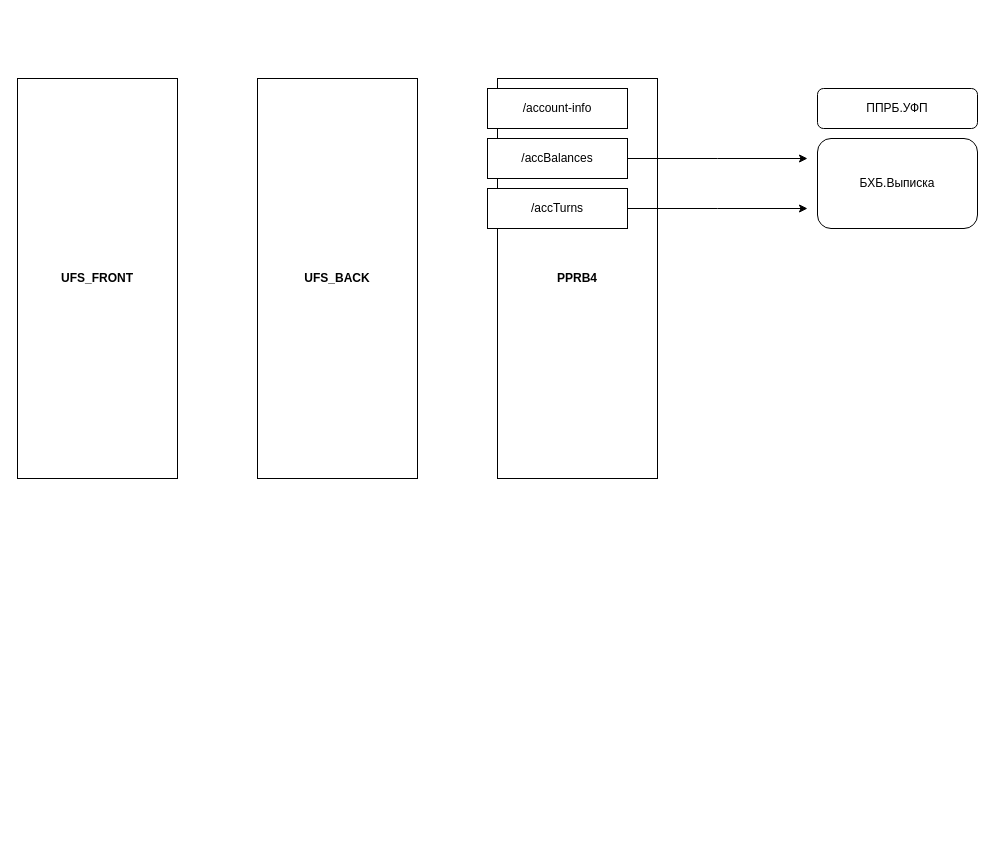
TheDebofNight19/Diagrams keeps this draw.io diagram as src/main/resources/Untitled Diagram.drawio. Above is the earlier version. Source tidied: cells renumbered, new cells numbered last; positions are measured from the earlier drawing's top-left corner, leaving out a move shared by most shapes. Both pictures are drawn from the tidied source at 100%, with x=0, y=0 at pixel (17, 78).
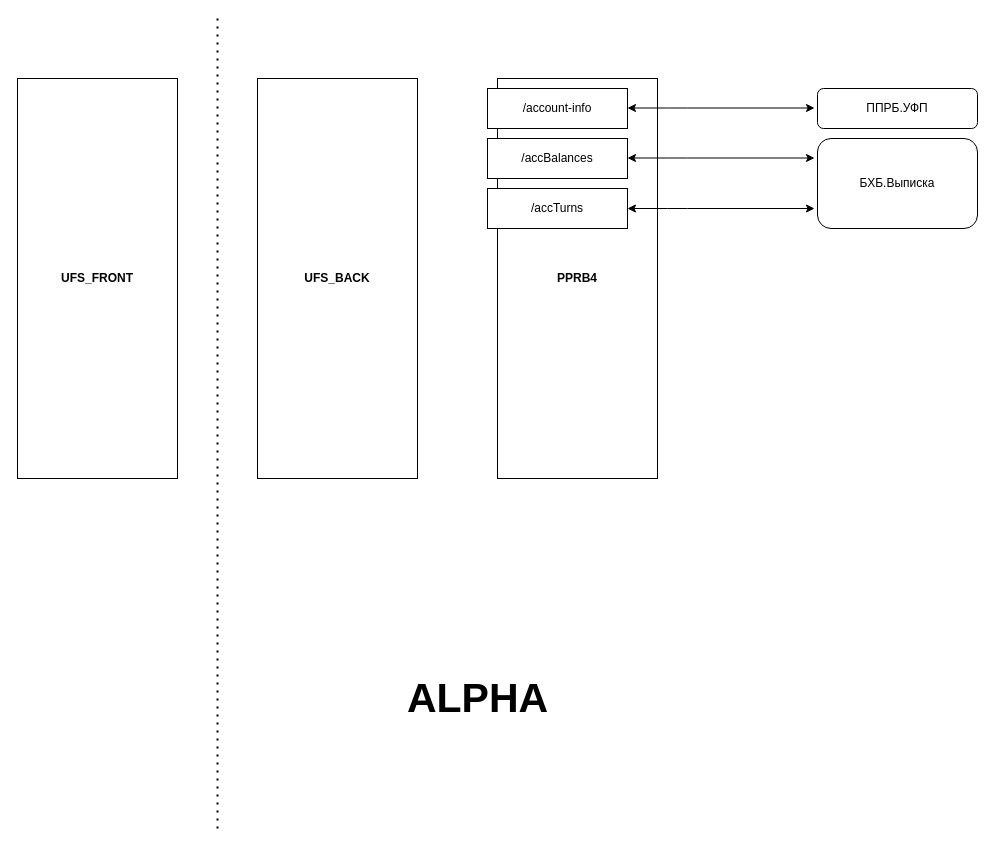
The same diagram, later.

The change refers to these unchanged cells:
```xml
<mxCell id="7" value="/accBalances" style="rounded=0;whiteSpace=wrap;html=1;" parent="1" vertex="1">
  <mxGeometry x="470" y="60" width="140" height="40" as="geometry" />
</mxCell>
<mxCell id="9" value="/accTurns" style="rounded=0;whiteSpace=wrap;html=1;" parent="1" vertex="1">
  <mxGeometry x="470" y="110" width="140" height="40" as="geometry" />
</mxCell>
```

Diff of the diagram source:
```diff
@@
-    <mxCell id="6" style="edgeStyle=orthogonalEdgeStyle;rounded=0;jettySize=auto;html=1;exitX=1;exitY=0.5;exitDx=0;exitDy=0;" parent="1" edge="1" source="7">
-      <mxGeometry relative="1" as="geometry">
-        <mxPoint x="790" y="80" as="targetPoint" />
-      </mxGeometry>
-    </mxCell>
@@
-    <mxCell id="8" style="edgeStyle=orthogonalEdgeStyle;rounded=0;jettySize=auto;html=1;exitX=1;exitY=0.5;exitDx=0;exitDy=0;" parent="1" edge="1" source="9">
-      <mxGeometry relative="1" as="geometry">
-        <mxPoint x="790" y="130" as="targetPoint" />
-      </mxGeometry>
-    </mxCell>
@@
+    <mxCell id="12" style="endArrow=classic;startArrow=classic;html=1;" parent="1" edge="1">
+      <mxGeometry relative="1" as="geometry">
+        <mxPoint x="797" y="130" as="sourcePoint" />
+        <mxPoint x="610" y="130" as="targetPoint" />
+        <Array as="points">
+          <mxPoint x="660" y="130" />
+        </Array>
+      </mxGeometry>
+    </mxCell>
+    <mxCell id="13" style="endArrow=classic;startArrow=classic;html=1;" parent="1" edge="1">
+      <mxGeometry relative="1" as="geometry">
+        <mxPoint x="797" y="79.5" as="sourcePoint" />
+        <mxPoint x="610" y="79.5" as="targetPoint" />
+        <Array as="points">
+          <mxPoint x="660" y="79.5" />
+        </Array>
+      </mxGeometry>
+    </mxCell>
+    <mxCell id="14" style="endArrow=classic;startArrow=classic;html=1;" parent="1" edge="1">
+      <mxGeometry relative="1" as="geometry">
+        <mxPoint x="797" y="29.5" as="sourcePoint" />
+        <mxPoint x="610" y="29.5" as="targetPoint" />
+        <Array as="points">
+          <mxPoint x="660" y="29.5" />
+        </Array>
+      </mxGeometry>
+    </mxCell>
+    <mxCell id="15" style="endArrow=none;dashed=1;html=1;dashPattern=1 3;strokeWidth=2;" parent="1" edge="1">
+      <mxGeometry relative="1" as="geometry">
+        <mxPoint x="200" y="750" as="sourcePoint" />
+        <mxPoint x="200" y="-60" as="targetPoint" />
+        <Array as="points">
+          <mxPoint x="200" y="200" />
+        </Array>
+      </mxGeometry>
+    </mxCell>
+    <mxCell id="16" value="ALPHA" style="text;html=1;align=center;verticalAlign=middle;fontSize=41;fontStyle=1;" parent="1" vertex="1">
+      <mxGeometry x="380" y="595" width="160" height="50" as="geometry" />
+    </mxCell>
```
